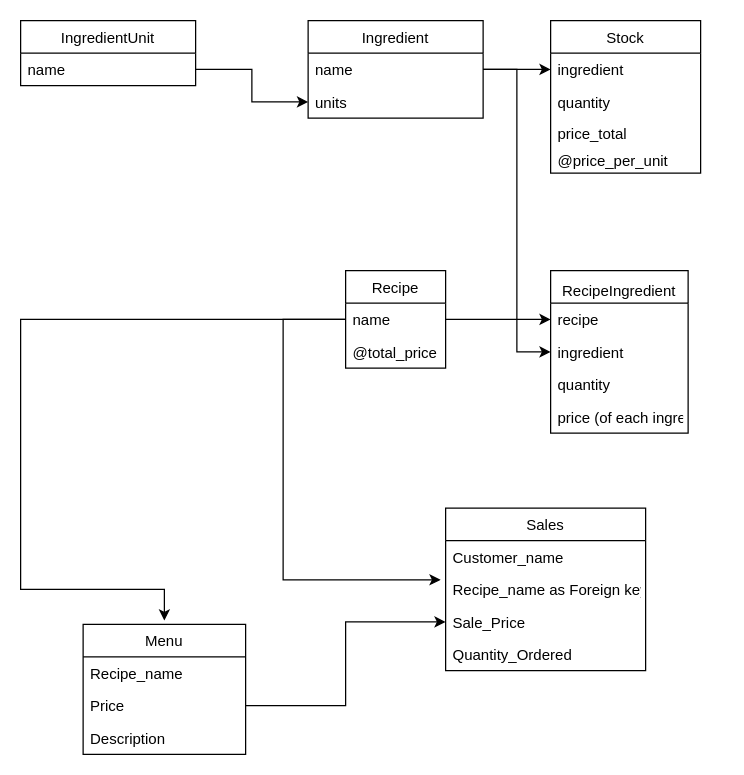
Above: restaurant/architecture.drawio in pablocalderon9408/restaurant_software (draw.io), before the change. Source tidied: cells renumbered, new cells numbered last; positions are measured from the earlier drawing's top-left corner, leaving out a move shared by most shapes. Both pictures are drawn from the tidied source at 125%, with x=0, y=0 at pixel (20, 20).
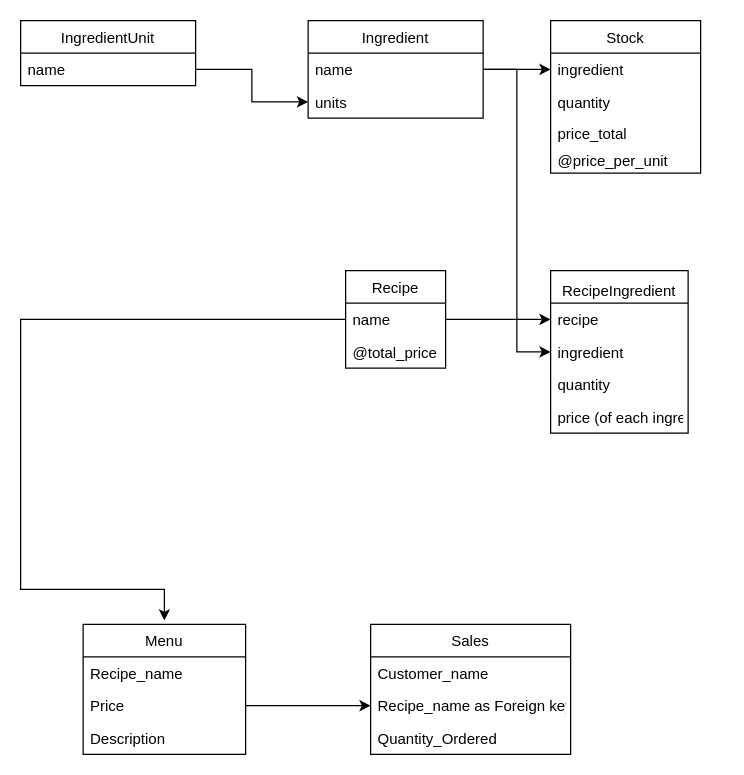
The same page after the edit.

Unchanged cells that the change refers to:
```xml
<mxCell id="3" value="name" style="text;strokeColor=none;fillColor=none;align=left;verticalAlign=top;spacingLeft=4;spacingRight=4;overflow=hidden;points=[[0,0.5],[1,0.5]];portConstraint=eastwest;" parent="2" vertex="1">
  <mxGeometry y="26" width="80" height="26" as="geometry" />
</mxCell>
<mxCell id="23" value="Recipe_name as Foreign key" style="text;strokeColor=none;fillColor=none;align=left;verticalAlign=top;spacingLeft=4;spacingRight=4;overflow=hidden;points=[[0,0.5],[1,0.5]];portConstraint=eastwest;" parent="21" vertex="1">
  <mxGeometry y="52" width="160" height="26" as="geometry" />
</mxCell>
<mxCell id="29" value="Price" style="text;strokeColor=none;fillColor=none;align=left;verticalAlign=top;spacingLeft=4;spacingRight=4;overflow=hidden;points=[[0,0.5],[1,0.5]];portConstraint=eastwest;" parent="27" vertex="1">
  <mxGeometry y="52" width="130" height="26" as="geometry" />
</mxCell>
```

Diff of the diagram source:
```diff
@@
     <mxCell id="21" value="Sales" style="swimlane;fontStyle=0;horizontal=1;startSize=26;" parent="1" vertex="1">
-      <mxGeometry x="340" y="390" width="160" height="130" as="geometry" />
+      <mxGeometry x="280" y="483" width="160" height="104" as="geometry" />
     </mxCell>
@@
-    <mxCell id="24" value="Sale_Price" style="text;strokeColor=none;fillColor=none;align=left;verticalAlign=top;spacingLeft=4;spacingRight=4;overflow=hidden;points=[[0,0.5],[1,0.5]];portConstraint=eastwest;" parent="21" vertex="1">
-      <mxGeometry y="78" width="160" height="26" as="geometry" />
-    </mxCell>
     <mxCell id="25" value="Quantity_Ordered" style="text;strokeColor=none;fillColor=none;align=left;verticalAlign=top;spacingLeft=4;spacingRight=4;overflow=hidden;" parent="21" vertex="1">
-      <mxGeometry y="104" width="160" height="26" as="geometry" />
+      <mxGeometry y="78" width="160" height="26" as="geometry" />
     </mxCell>
-    <mxCell id="26" style="edgeStyle=orthogonalEdgeStyle;rounded=0;jettySize=auto;html=1;entryX=-0.025;entryY=0.206;entryDx=0;entryDy=0;entryPerimeter=0;" parent="1" edge="1" source="3" target="23">
-      <mxGeometry relative="1" as="geometry">
-        <Array as="points">
-          <mxPoint x="210" y="239" />
-          <mxPoint x="210" y="447" />
-        </Array>
-      </mxGeometry>
-    </mxCell>
@@
-    <mxCell id="35" style="edgeStyle=orthogonalEdgeStyle;rounded=0;jettySize=auto;html=1;entryX=0;entryY=0.5;entryDx=0;entryDy=0;" parent="1" edge="1" source="29" target="24">
-      <mxGeometry relative="1" as="geometry" />
+    <mxCell id="35" style="edgeStyle=orthogonalEdgeStyle;rounded=0;jettySize=auto;html=1;entryX=0;entryY=0.5;entryDx=0;entryDy=0;" parent="1" edge="1" source="29">
+      <mxGeometry relative="1" as="geometry">
+        <mxPoint x="280" y="548" as="targetPoint" />
+      </mxGeometry>
     </mxCell>
```
